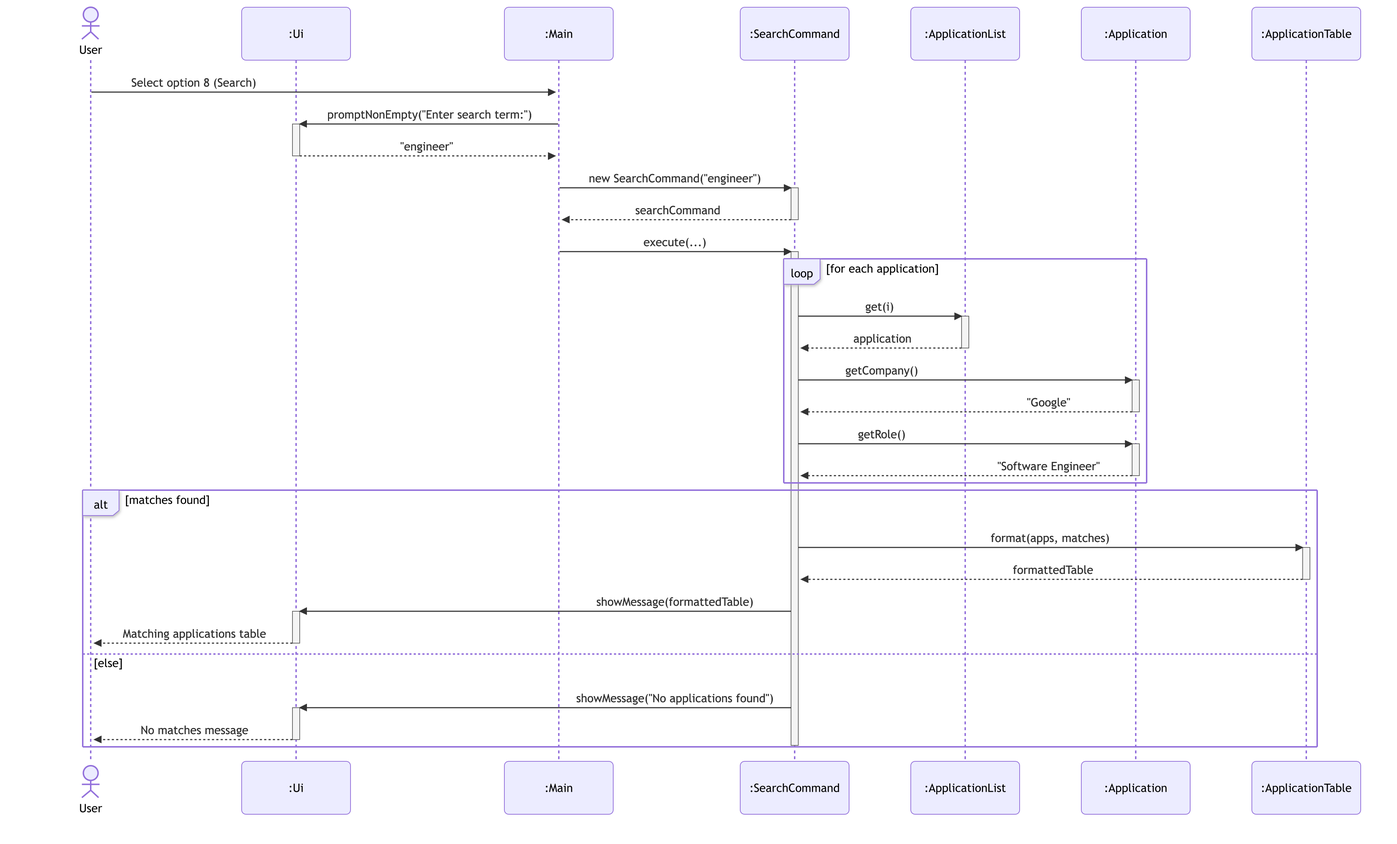
Before: docs/diagrams/search-sequence.png, a diagram exported from Mermaid (AY2627S1-CS2113-T10-2/tp). Its source is kept beside it as docs/diagrams/sources/search-sequence.mmd.
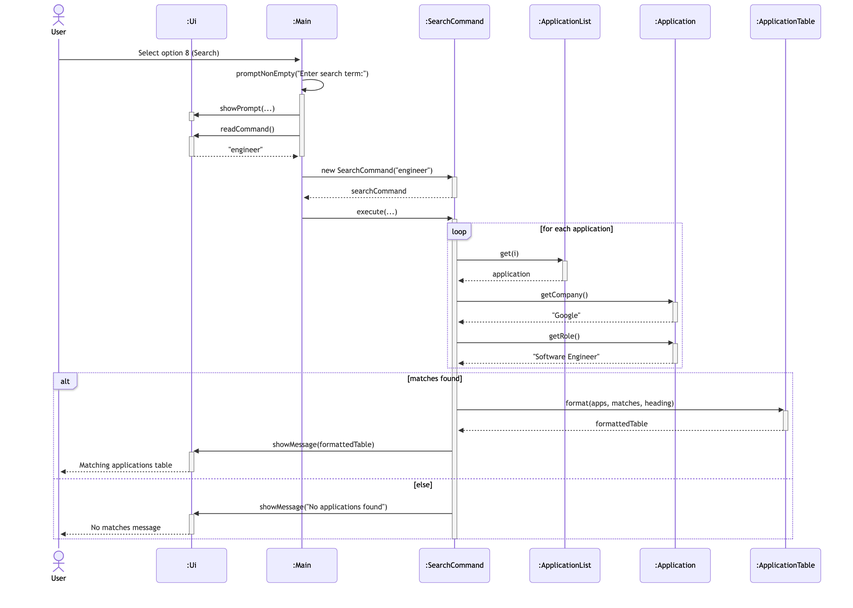
After the commit.

Change to the diagram source:
```diff
@@ -9,10 +9,16 @@
     participant table as :ApplicationTable
 
     user->>main: Select option 8 (Search)
-    main->>ui: promptNonEmpty("Enter search term:")
+    main->>main: promptNonEmpty("Enter search term:")
+    activate main
+    main->>ui: showPrompt(...)
+    activate ui
+    deactivate ui
+    main->>ui: readCommand()
     activate ui
     ui-->>main: "engineer"
     deactivate ui
+    deactivate main
     main->>cmd: new SearchCommand("engineer")
     activate cmd
     cmd-->>main: searchCommand
@@ -36,7 +42,7 @@
     end
 
     alt matches found
-        cmd->>table: format(apps, matches)
+        cmd->>table: format(apps, matches, heading)
         activate table
         table-->>cmd: formattedTable
         deactivate table
```
